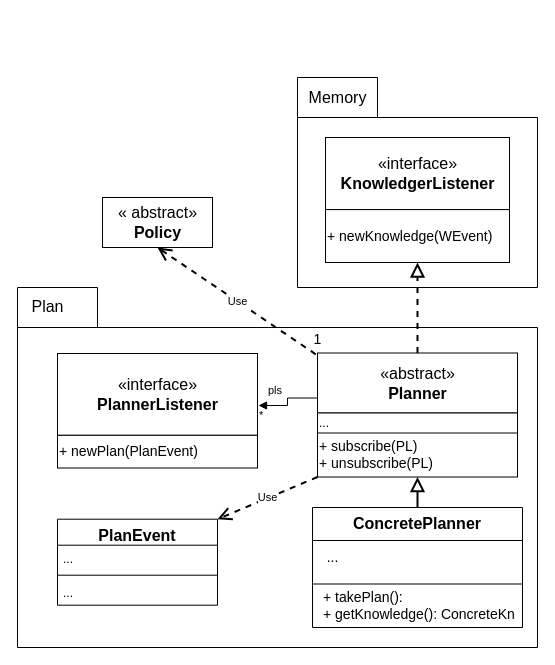
Sylv-Lej/thesis-separation-concerns keeps this draw.io diagram as fig/drawio/static_model_KP.drawio. Above is the earlier version. Source tidied: cells renumbered, new cells numbered last; positions are measured from the earlier drawing's top-left corner, leaving out a move shared by most shapes. Both pictures are drawn from the tidied source at 100%, with x=0, y=0 at pixel (17, 17).
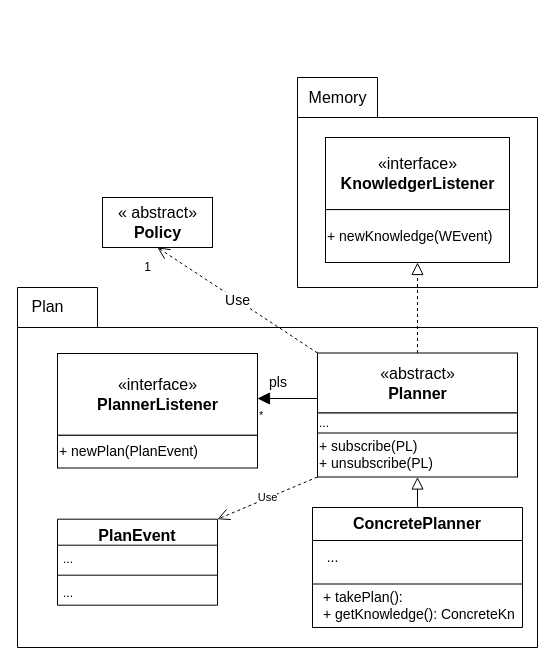
After the change.

Unchanged cells that the change refers to:
```xml
<mxCell id="7" value="&lt;font style=&quot;font-size: 14px&quot;&gt;+ newKnowledge(WEvent)&lt;/font&gt;" style="html=1;align=left;" parent="5" vertex="1">
  <mxGeometry y="72.1" width="184" height="52.9" as="geometry" />
</mxCell>
<mxCell id="12" value="ConcretePlanner" style="swimlane;fontStyle=1;align=center;verticalAlign=top;horizontal=1;startSize=33;fontSize=16;" parent="1" vertex="1">
  <mxGeometry x="295" y="490" width="210" height="120" as="geometry" />
</mxCell>
<mxCell id="15" value="&lt;font style=&quot;font-size: 16px&quot;&gt;«abstract»&lt;br&gt;&lt;span style=&quot;font-weight: 700&quot;&gt;Planner&lt;/span&gt;&lt;/font&gt;" style="html=1;" parent="14" vertex="1">
  <mxGeometry width="200" height="60" as="geometry" />
</mxCell>
<mxCell id="16" value="&lt;font style=&quot;font-size: 14px&quot;&gt;+ subscribe(PL)&lt;br&gt;+ unsubscribe(PL)&lt;/font&gt;" style="html=1;align=left;" parent="14" vertex="1">
  <mxGeometry y="79.5" width="200" height="44.5" as="geometry" />
</mxCell>
<mxCell id="20" value="&lt;font style=&quot;font-size: 16px&quot;&gt;«interface»&lt;br&gt;&lt;span style=&quot;font-weight: 700&quot;&gt;PlannerListener&lt;/span&gt;&lt;/font&gt;" style="html=1;" parent="19" vertex="1">
  <mxGeometry width="200" height="81.8" as="geometry" />
</mxCell>
<mxCell id="26" value="PlanEvent" style="swimlane;fontStyle=1;align=center;verticalAlign=top;horizontal=1;startSize=26;fontSize=16;" parent="1" vertex="1">
  <mxGeometry x="40" y="501.7" width="160" height="86" as="geometry" />
</mxCell>
<mxCell id="31" value="&lt;font style=&quot;font-size: 16px&quot;&gt;«&amp;nbsp;abstract»&lt;br&gt;&lt;b&gt;Policy&lt;/b&gt;&lt;/font&gt;" style="html=1;fontSize=14;" parent="1" vertex="1">
  <mxGeometry x="85" y="180" width="110" height="50" as="geometry" />
</mxCell>
```

What changed in the source:
```diff
@@
-    <mxCell id="18" value="Use" style="endArrow=open;endSize=10;dashed=1;html=1;rounded=0;exitX=0.414;exitY=1.027;exitDx=0;exitDy=0;entryX=0.5;entryY=1;entryDx=0;entryDy=0;exitPerimeter=0;strokeWidth=2;" parent="1" edge="1" source="32" target="31">
+    <mxCell id="18" value="&lt;font style=&quot;font-size: 14px;&quot;&gt;Use&lt;/font&gt;" style="endArrow=open;endSize=10;dashed=1;html=1;rounded=0;exitX=0;exitY=0;exitDx=0;exitDy=0;entryX=0.5;entryY=1;entryDx=0;entryDy=0;strokeWidth=1;" parent="1" edge="1" source="15" target="31">
       <mxGeometry relative="1" as="geometry" />
     </mxCell>
@@
-    <mxCell id="22" style="endArrow=block;dashed=1;endFill=0;endSize=10;html=1;rounded=0;exitX=0.5;exitY=0;exitDx=0;exitDy=0;entryX=0.5;entryY=1;entryDx=0;entryDy=0;strokeWidth=2;" parent="1" edge="1" source="15" target="7">
+    <mxCell id="22" style="endArrow=block;dashed=1;endFill=0;endSize=10;html=1;rounded=0;exitX=0.5;exitY=0;exitDx=0;exitDy=0;entryX=0.5;entryY=1;entryDx=0;entryDy=0;strokeWidth=1;" parent="1" edge="1" source="15" target="7">
       <mxGeometry relative="1" as="geometry" />
     </mxCell>
-    <mxCell id="23" style="endArrow=block;endSize=10;endFill=0;html=1;rounded=0;exitX=0.5;exitY=0;exitDx=0;exitDy=0;entryX=0.5;entryY=1;entryDx=0;entryDy=0;strokeWidth=2;" parent="1" edge="1" source="12" target="16">
+    <mxCell id="23" style="endArrow=block;endSize=10;endFill=0;html=1;rounded=0;exitX=0.5;exitY=0;exitDx=0;exitDy=0;entryX=0.5;entryY=1;entryDx=0;entryDy=0;strokeWidth=1;" parent="1" edge="1" source="12" target="16">
       <mxGeometry relative="1" as="geometry" />
     </mxCell>
-    <mxCell id="24" value="pls" style="endArrow=block;endFill=1;html=1;edgeStyle=orthogonalEdgeStyle;align=left;verticalAlign=top;rounded=0;exitX=0;exitY=0.75;exitDx=0;exitDy=0;entryX=1.005;entryY=0.636;entryDx=0;entryDy=0;entryPerimeter=0;" parent="1" edge="1" source="15" target="20">
-      <mxGeometry x="0.73" y="-28" relative="1" as="geometry" />
+    <mxCell id="24" value="&lt;font style=&quot;font-size: 14px;&quot;&gt;pls&lt;/font&gt;" style="endArrow=block;endFill=1;html=1;edgeStyle=orthogonalEdgeStyle;align=left;verticalAlign=top;rounded=0;exitX=0;exitY=0.75;exitDx=0;exitDy=0;endSize=10;" parent="1" edge="1" source="15">
+      <mxGeometry x="0.67" y="-31" relative="1" as="geometry">
+        <mxPoint x="240" y="381" as="targetPoint" />
+        <Array as="points">
+          <mxPoint x="241" y="381" />
+        </Array>
+      </mxGeometry>
     </mxCell>
@@
-    <mxCell id="30" value="Use" style="endArrow=open;endSize=10;dashed=1;html=1;rounded=0;exitX=0;exitY=1;exitDx=0;exitDy=0;entryX=1;entryY=0;entryDx=0;entryDy=0;strokeWidth=2;jumpSize=4;startSize=5;" parent="1" edge="1" source="16" target="26">
+    <mxCell id="30" value="Use" style="endArrow=open;endSize=10;dashed=1;html=1;rounded=0;exitX=0;exitY=1;exitDx=0;exitDy=0;entryX=1;entryY=0;entryDx=0;entryDy=0;strokeWidth=1;jumpSize=4;startSize=5;" parent="1" edge="1" source="16" target="26">
       <mxGeometry relative="1" as="geometry" />
     </mxCell>
@@
-    <mxCell id="32" value="&lt;font style=&quot;font-size: 14px&quot;&gt;1&lt;/font&gt;" style="text;html=1;align=center;verticalAlign=middle;points=[];strokeColor=none;fillColor=none;fontSize=16;" parent="1" vertex="1">
-      <mxGeometry x="290" y="306" width="20" height="30" as="geometry" />
-    </mxCell>
@@
+    <mxCell id="32" value="1" style="text;html=1;align=center;verticalAlign=middle;points=[];strokeColor=none;fillColor=none;" parent="1" vertex="1">
+      <mxGeometry x="120" y="240" width="20" height="20" as="geometry" />
+    </mxCell>
```
